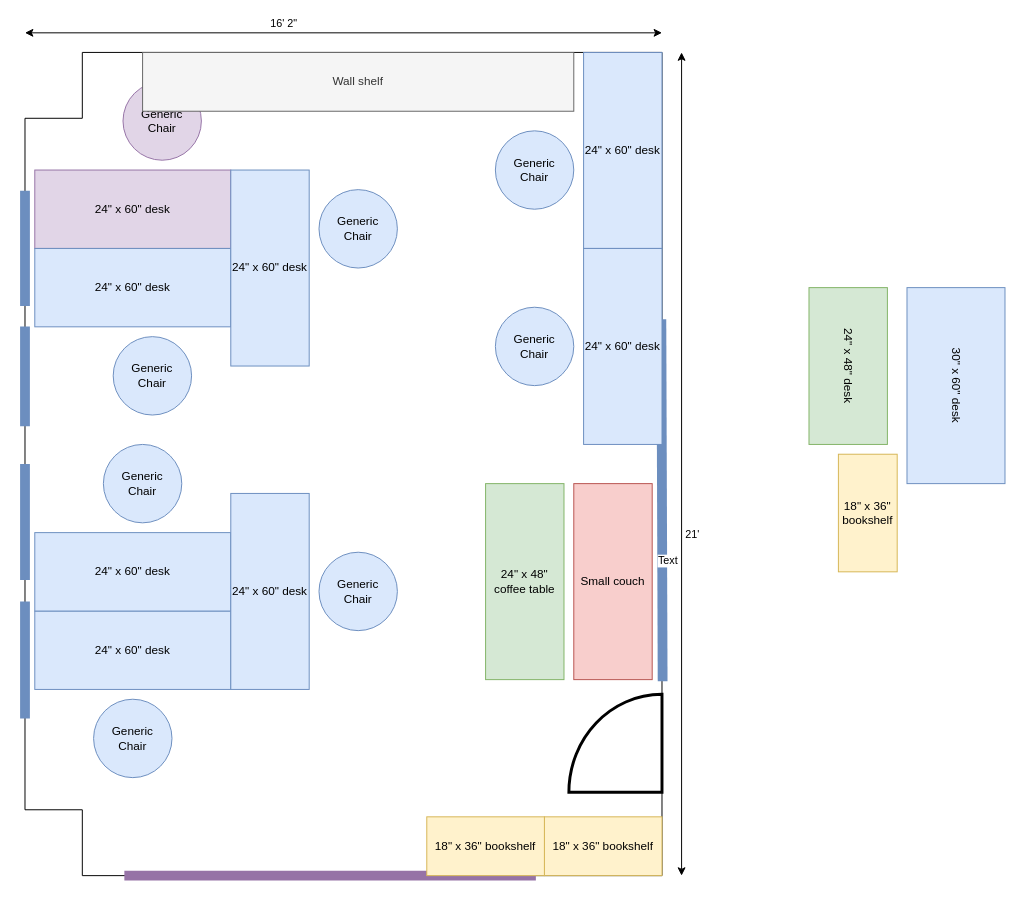
stephaniechin/Y2E2-291 keeps this draw.io diagram as page "3 + 3 + 2 + couch" (2 of 11) of Y2E2_291.drawio. Above is the earlier version. Source tidied: cells renumbered, new cells numbered last; positions are measured from the earlier drawing's top-left corner, leaving out a move shared by most shapes. Both pictures are drawn from the tidied source at 98%, with x=0, y=0 at pixel (24, 32).
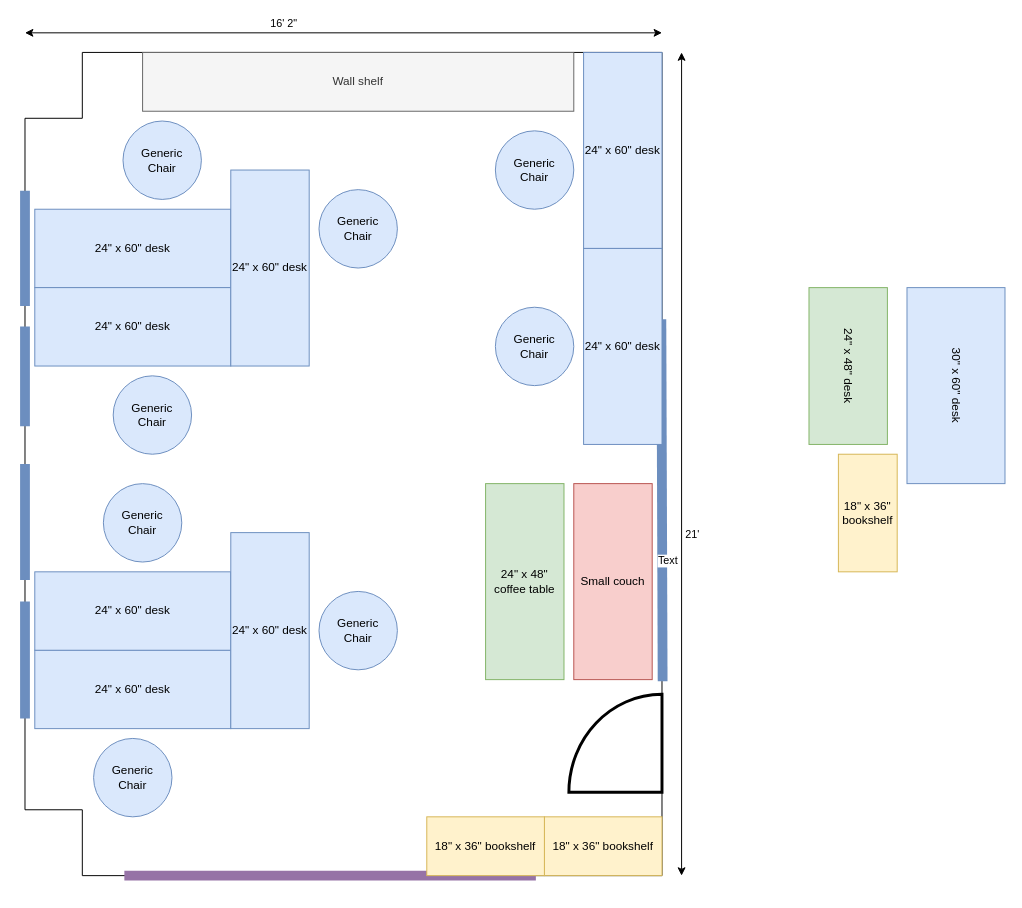
After the change.

Diff of the diagram source:
```diff
@@
     <mxCell id="10" value="24&quot; x 60&quot; desk" style="rounded=0;whiteSpace=wrap;html=1;rotation=0;fillColor=#dae8fc;strokeColor=#6c8ebf;" parent="1" vertex="1">
-      <mxGeometry x="10" y="590" width="200" height="80" as="geometry" />
+      <mxGeometry x="10" y="630" width="200" height="80" as="geometry" />
     </mxCell>
@@
     <mxCell id="18" value="24&quot; x 60&quot; desk" style="rounded=0;whiteSpace=wrap;html=1;rotation=0;fillColor=#dae8fc;strokeColor=#6c8ebf;direction=west;" parent="1" vertex="1">
-      <mxGeometry x="10" y="510" width="200" height="80" as="geometry" />
+      <mxGeometry x="10" y="550" width="200" height="80" as="geometry" />
     </mxCell>
-    <mxCell id="19" value="24&quot; x 60&quot; desk" style="rounded=0;whiteSpace=wrap;html=1;rotation=0;fillColor=#e1d5e7;strokeColor=#9673a6;" parent="1" vertex="1">
-      <mxGeometry x="10" y="140" width="200" height="80" as="geometry" />
+    <mxCell id="19" value="24&quot; x 60&quot; desk" style="rounded=0;whiteSpace=wrap;html=1;rotation=0;fillColor=#dae8fc;strokeColor=#6c8ebf;" parent="1" vertex="1">
+      <mxGeometry x="10" y="180" width="200" height="80" as="geometry" />
     </mxCell>
@@
     <mxCell id="21" value="24&quot; x 60&quot; desk" style="rounded=0;whiteSpace=wrap;html=1;rotation=0;fillColor=#dae8fc;strokeColor=#6c8ebf;direction=west;" parent="1" vertex="1">
-      <mxGeometry x="10" y="220" width="200" height="80" as="geometry" />
+      <mxGeometry x="10" y="260" width="200" height="80" as="geometry" />
     </mxCell>
     <mxCell id="22" value="Generic &lt;br&gt;Chair" style="ellipse;whiteSpace=wrap;html=1;fillColor=#dae8fc;strokeColor=#6c8ebf;" parent="1" vertex="1">
-      <mxGeometry x="70" y="680" width="80" height="80" as="geometry" />
+      <mxGeometry x="70" y="720" width="80" height="80" as="geometry" />
     </mxCell>
     <mxCell id="23" value="Generic &lt;br&gt;Chair" style="ellipse;whiteSpace=wrap;html=1;fillColor=#dae8fc;strokeColor=#6c8ebf;" parent="1" vertex="1">
-      <mxGeometry x="80" y="420" width="80" height="80" as="geometry" />
+      <mxGeometry x="80" y="460" width="80" height="80" as="geometry" />
     </mxCell>
     <mxCell id="24" value="Generic &lt;br&gt;Chair" style="ellipse;whiteSpace=wrap;html=1;fillColor=#dae8fc;strokeColor=#6c8ebf;" parent="1" vertex="1">
-      <mxGeometry x="90" y="310" width="80" height="80" as="geometry" />
+      <mxGeometry x="90" y="350" width="80" height="80" as="geometry" />
     </mxCell>
-    <mxCell id="25" value="Generic &lt;br&gt;Chair" style="ellipse;whiteSpace=wrap;html=1;fillColor=#e1d5e7;strokeColor=#9673a6;" parent="1" vertex="1">
-      <mxGeometry x="100" y="50" width="80" height="80" as="geometry" />
+    <mxCell id="25" value="Generic &lt;br&gt;Chair" style="ellipse;whiteSpace=wrap;html=1;fillColor=#dae8fc;strokeColor=#6c8ebf;" parent="1" vertex="1">
+      <mxGeometry x="100" y="90" width="80" height="80" as="geometry" />
     </mxCell>
@@
     <mxCell id="30" value="24&quot; x 60&quot; desk" style="rounded=0;whiteSpace=wrap;html=1;rotation=0;fillColor=#dae8fc;strokeColor=#6c8ebf;direction=south;" parent="1" vertex="1">
-      <mxGeometry x="210" y="470" width="80" height="200" as="geometry" />
+      <mxGeometry x="210" y="510" width="80" height="200" as="geometry" />
     </mxCell>
     <mxCell id="31" value="Generic &lt;br&gt;Chair" style="ellipse;whiteSpace=wrap;html=1;fillColor=#dae8fc;strokeColor=#6c8ebf;" parent="1" vertex="1">
-      <mxGeometry x="300" y="530" width="80" height="80" as="geometry" />
+      <mxGeometry x="300" y="570" width="80" height="80" as="geometry" />
     </mxCell>
```
